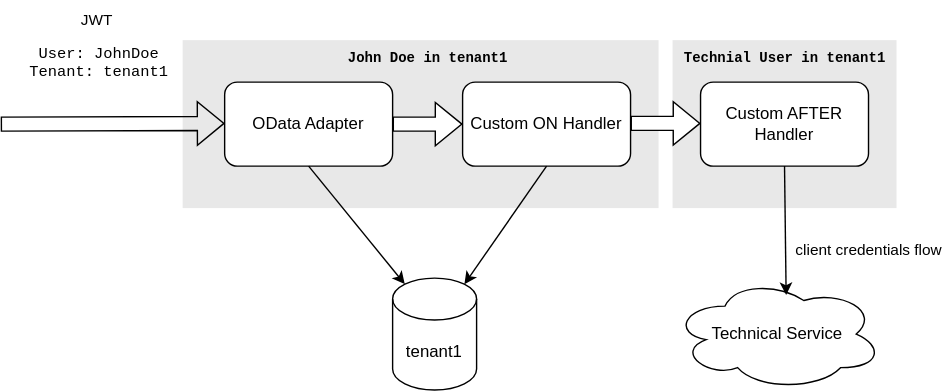
Above: java/assets/nameduser.drawio.svg in cap-js/docs (draw.io), before the change. Source tidied: cells renumbered, new cells last; positions are measured from the earlier drawing's top-left corner, leaving out a move shared by most shapes. Its diagram source:
```xml
<mxGraphModel>
  <root>
    <mxCell id="0" />
    <mxCell id="1" parent="0" />
    <mxCell id="2" style="rounded=0;whiteSpace=wrap;html=1;fillColor=#E8E8E8;strokeColor=none;" parent="1" vertex="1">
      <mxGeometry x="480" y="10" width="160" height="120" as="geometry" />
    </mxCell>
    <mxCell id="3" style="rounded=0;whiteSpace=wrap;html=1;fillColor=#E8E8E8;strokeColor=none;" parent="1" vertex="1">
      <mxGeometry x="130" y="10" width="340" height="120" as="geometry" />
    </mxCell>
    <mxCell id="4" value="tenant1" style="shape=cylinder3;whiteSpace=wrap;html=1;boundedLbl=1;backgroundOutline=1;size=15;" parent="1" vertex="1">
      <mxGeometry x="280" y="180" width="60" height="80" as="geometry" />
    </mxCell>
    <mxCell id="5" value="OData Adapter" style="rounded=1;whiteSpace=wrap;html=1;" parent="1" vertex="1">
      <mxGeometry x="160" y="40" width="120" height="60" as="geometry" />
    </mxCell>
    <mxCell id="6" value="Custom ON Handler" style="rounded=1;whiteSpace=wrap;html=1;" parent="1" vertex="1">
      <mxGeometry x="330" y="40" width="120" height="60" as="geometry" />
    </mxCell>
    <mxCell id="7" style="endArrow=classic;html=1;rounded=0;entryX=0.145;entryY=0;entryDx=0;entryDy=4.35;entryPerimeter=0;exitX=0.5;exitY=1;exitDx=0;exitDy=0;" parent="1" edge="1" source="5" target="4">
      <mxGeometry relative="1" as="geometry" />
    </mxCell>
    <mxCell id="8" style="endArrow=classic;html=1;rounded=0;exitX=0.5;exitY=1;exitDx=0;exitDy=0;entryX=0.855;entryY=0;entryDx=0;entryDy=4.35;entryPerimeter=0;" parent="1" edge="1" source="6" target="4">
      <mxGeometry relative="1" as="geometry" />
    </mxCell>
    <mxCell id="9" style="shape=flexArrow;endArrow=classic;html=1;rounded=0;entryX=0;entryY=0.5;entryDx=0;entryDy=0;exitX=1;exitY=0.5;exitDx=0;exitDy=0;fillColor=#FFFFFF;" parent="1" edge="1" source="5" target="6">
      <mxGeometry relative="1" as="geometry" />
    </mxCell>
    <mxCell id="10" value="Custom AFTER Handler" style="rounded=1;whiteSpace=wrap;html=1;" parent="1" vertex="1">
      <mxGeometry x="500" y="40" width="120" height="60" as="geometry" />
    </mxCell>
    <mxCell id="11" style="shape=flexArrow;endArrow=classic;html=1;rounded=0;entryX=0;entryY=0.5;entryDx=0;entryDy=0;exitX=1;exitY=0.5;exitDx=0;exitDy=0;fillColor=#FFFFFF;" parent="1" edge="1">
      <mxGeometry relative="1" as="geometry">
        <mxPoint x="450" y="69.5" as="sourcePoint" />
        <mxPoint x="500" y="69.5" as="targetPoint" />
      </mxGeometry>
    </mxCell>
    <mxCell id="12" value="Technical Service" style="ellipse;shape=cloud;whiteSpace=wrap;html=1;" parent="1" vertex="1">
      <mxGeometry x="480" y="180" width="150" height="80" as="geometry" />
    </mxCell>
    <mxCell id="13" value="client credentials flow" style="endArrow=classic;html=1;rounded=0;entryX=0.541;entryY=0.152;entryDx=0;entryDy=0;entryPerimeter=0;" parent="1" edge="1" target="12">
      <mxGeometry x="0.32" y="59" relative="1" as="geometry">
        <mxPoint x="560" y="100" as="sourcePoint" />
      </mxGeometry>
    </mxCell>
    <mxCell id="14" value="&lt;pre&gt;&lt;font style=&quot;font-size: 10px;&quot;&gt;Technial User in tenant1&lt;/font&gt;&lt;/pre&gt;" style="text;strokeColor=none;fillColor=none;html=1;fontSize=24;fontStyle=1;verticalAlign=middle;align=center;" parent="1" vertex="1">
      <mxGeometry x="510" width="100" height="40" as="geometry" />
    </mxCell>
    <mxCell id="15" value="&lt;pre&gt;&lt;font style=&quot;font-size: 10px;&quot;&gt;John Doe in tenant1&lt;/font&gt;&lt;/pre&gt;" style="text;strokeColor=none;fillColor=none;html=1;fontSize=24;fontStyle=1;verticalAlign=middle;align=center;" parent="1" vertex="1">
      <mxGeometry x="255" width="100" height="40" as="geometry" />
    </mxCell>
    <mxCell id="16" value="JWT&amp;nbsp;&lt;br&gt;&lt;pre&gt;User: JohnDoe&lt;br&gt;Tenant: tenant1&lt;/pre&gt;" style="shape=flexArrow;endArrow=classic;html=1;rounded=0;entryX=0;entryY=0.5;entryDx=0;entryDy=0;fillColor=none;" parent="1" edge="1">
      <mxGeometry x="-0.12" y="50" relative="1" as="geometry">
        <mxPoint y="70" as="sourcePoint" />
        <mxPoint x="160" y="69.5" as="targetPoint" />
      </mxGeometry>
    </mxCell>
  </root>
</mxGraphModel>
```
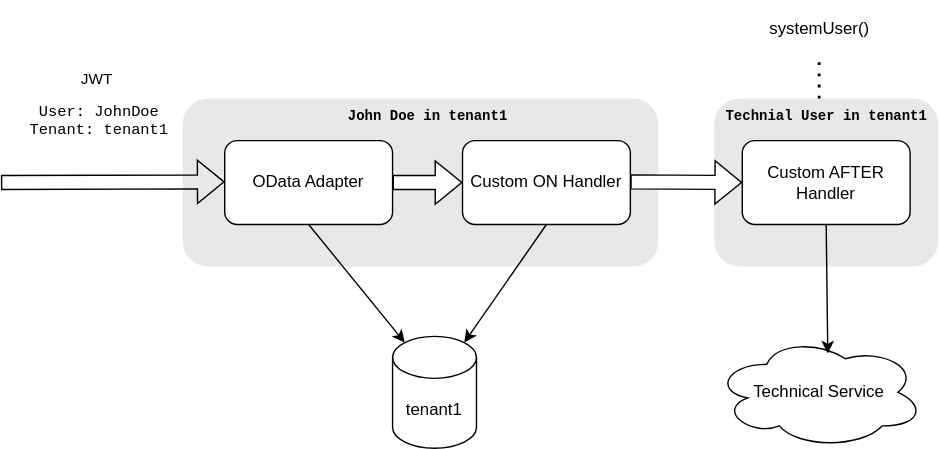
The same file after the commit.

Commit message:
incorporate feedback into diagrams

Diff of the diagram source:
```diff
@@ -2,10 +2,10 @@
   <root>
     <mxCell id="0" />
     <mxCell id="1" parent="0" />
-    <mxCell id="2" style="rounded=0;whiteSpace=wrap;html=1;fillColor=#E8E8E8;strokeColor=none;" parent="1" vertex="1">
-      <mxGeometry x="480" y="10" width="160" height="120" as="geometry" />
+    <mxCell id="2" style="rounded=1;whiteSpace=wrap;html=1;fillColor=#E8E8E8;strokeColor=none;" parent="1" vertex="1">
+      <mxGeometry x="510" y="10" width="160" height="120" as="geometry" />
     </mxCell>
-    <mxCell id="3" style="rounded=0;whiteSpace=wrap;html=1;fillColor=#E8E8E8;strokeColor=none;" parent="1" vertex="1">
+    <mxCell id="3" style="rounded=1;whiteSpace=wrap;html=1;fillColor=#E8E8E8;strokeColor=none;" parent="1" vertex="1">
       <mxGeometry x="130" y="10" width="340" height="120" as="geometry" />
     </mxCell>
     <mxCell id="4" value="tenant1" style="shape=cylinder3;whiteSpace=wrap;html=1;boundedLbl=1;backgroundOutline=1;size=15;" parent="1" vertex="1">
@@ -27,24 +27,23 @@
       <mxGeometry relative="1" as="geometry" />
     </mxCell>
     <mxCell id="10" value="Custom AFTER Handler" style="rounded=1;whiteSpace=wrap;html=1;" parent="1" vertex="1">
-      <mxGeometry x="500" y="40" width="120" height="60" as="geometry" />
+      <mxGeometry x="530" y="40" width="120" height="60" as="geometry" />
     </mxCell>
-    <mxCell id="11" style="shape=flexArrow;endArrow=classic;html=1;rounded=0;entryX=0;entryY=0.5;entryDx=0;entryDy=0;exitX=1;exitY=0.5;exitDx=0;exitDy=0;fillColor=#FFFFFF;" parent="1" edge="1">
+    <mxCell id="11" style="shape=flexArrow;endArrow=classic;html=1;rounded=0;entryX=0;entryY=0.5;entryDx=0;entryDy=0;exitX=1;exitY=0.5;exitDx=0;exitDy=0;fillColor=#FFFFFF;" parent="1" edge="1" target="10">
       <mxGeometry relative="1" as="geometry">
         <mxPoint x="450" y="69.5" as="sourcePoint" />
-        <mxPoint x="500" y="69.5" as="targetPoint" />
       </mxGeometry>
     </mxCell>
     <mxCell id="12" value="Technical Service" style="ellipse;shape=cloud;whiteSpace=wrap;html=1;" parent="1" vertex="1">
-      <mxGeometry x="480" y="180" width="150" height="80" as="geometry" />
+      <mxGeometry x="510" y="180" width="150" height="80" as="geometry" />
     </mxCell>
-    <mxCell id="13" value="client credentials flow" style="endArrow=classic;html=1;rounded=0;entryX=0.541;entryY=0.152;entryDx=0;entryDy=0;entryPerimeter=0;" parent="1" edge="1" target="12">
-      <mxGeometry x="0.32" y="59" relative="1" as="geometry">
-        <mxPoint x="560" y="100" as="sourcePoint" />
+    <mxCell id="13" style="endArrow=classic;html=1;rounded=0;entryX=0.541;entryY=0.152;entryDx=0;entryDy=0;entryPerimeter=0;" parent="1" edge="1" target="12">
+      <mxGeometry x="0.31" y="39" relative="1" as="geometry">
+        <mxPoint x="590" y="100" as="sourcePoint" />
       </mxGeometry>
     </mxCell>
     <mxCell id="14" value="&lt;pre&gt;&lt;font style=&quot;font-size: 10px;&quot;&gt;Technial User in tenant1&lt;/font&gt;&lt;/pre&gt;" style="text;strokeColor=none;fillColor=none;html=1;fontSize=24;fontStyle=1;verticalAlign=middle;align=center;" parent="1" vertex="1">
-      <mxGeometry x="510" width="100" height="40" as="geometry" />
+      <mxGeometry x="540" width="100" height="40" as="geometry" />
     </mxCell>
     <mxCell id="15" value="&lt;pre&gt;&lt;font style=&quot;font-size: 10px;&quot;&gt;John Doe in tenant1&lt;/font&gt;&lt;/pre&gt;" style="text;strokeColor=none;fillColor=none;html=1;fontSize=24;fontStyle=1;verticalAlign=middle;align=center;" parent="1" vertex="1">
       <mxGeometry x="255" width="100" height="40" as="geometry" />
@@ -55,5 +54,11 @@
         <mxPoint x="160" y="69.5" as="targetPoint" />
       </mxGeometry>
     </mxCell>
+    <mxCell id="17" value="systemUser()" style="text;strokeColor=none;fillColor=none;html=1;fontSize=12;fontStyle=0;verticalAlign=middle;align=center;" parent="1" vertex="1">
+      <mxGeometry x="535" y="-60" width="100" height="40" as="geometry" />
+    </mxCell>
+    <mxCell id="18" style="endArrow=none;dashed=1;html=1;dashPattern=1 3;strokeWidth=2;rounded=0;exitX=0.45;exitY=0.25;exitDx=0;exitDy=0;exitPerimeter=0;" parent="1" edge="1" source="14" target="17">
+      <mxGeometry relative="1" as="geometry" />
+    </mxCell>
   </root>
 </mxGraphModel>
```
